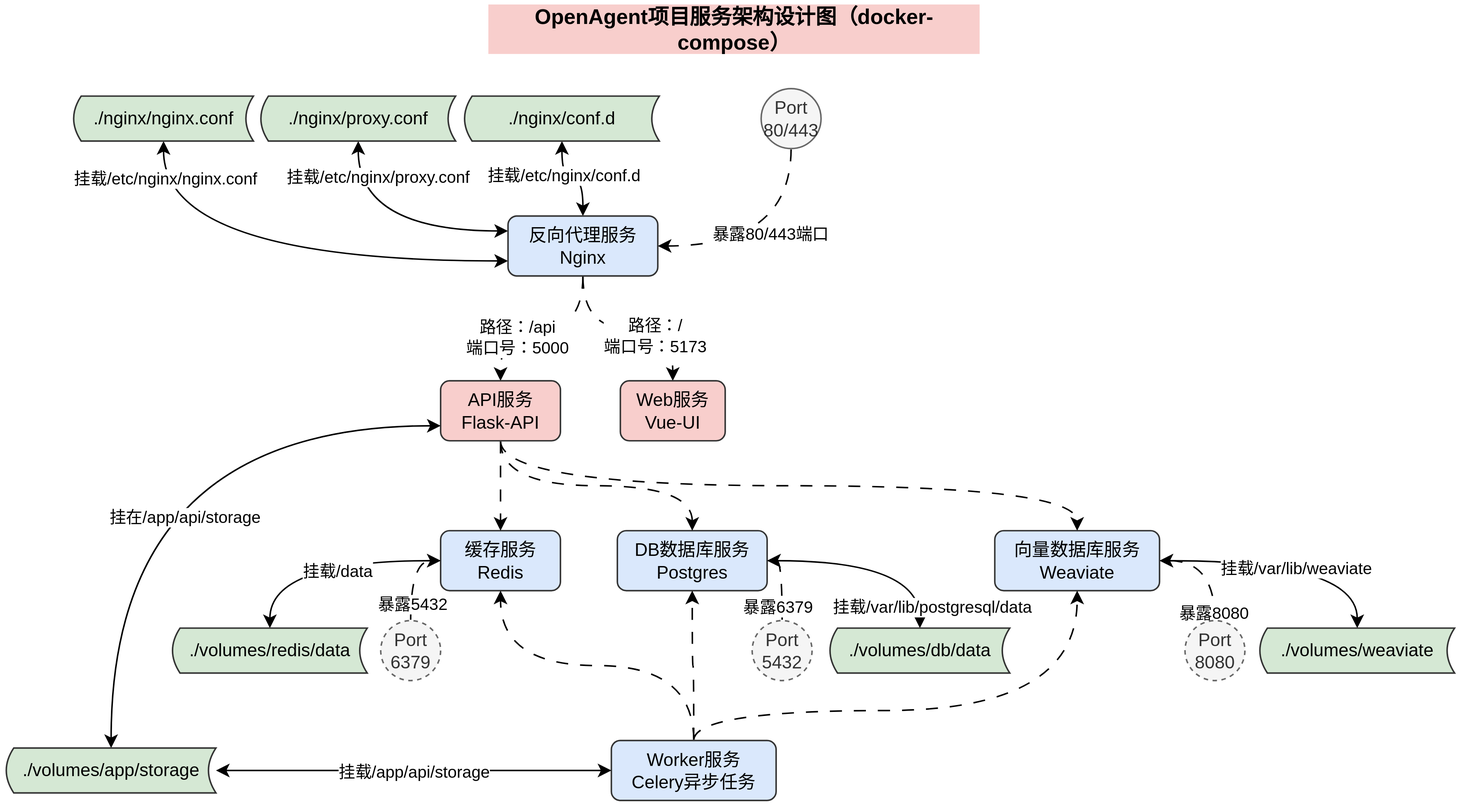
The draw.io diagram docker/docker-compose.svg in NILL-HUB/yuxin-ai, before a commit. Source tidied: cells renumbered, new cells last; positions are measured from the earlier drawing's top-left corner, leaving out a move shared by most shapes. Its diagram source:
```xml
<mxGraphModel>
  <root>
    <mxCell id="0" />
    <mxCell id="1" parent="0" />
    <mxCell id="2" value="OpenAgent项目服务架构设计图（docker-compose）" style="text;html=1;align=center;verticalAlign=middle;whiteSpace=wrap;rounded=0;fontStyle=1;labelBackgroundColor=light-dark(#f8cecc, #ededed);fontSize=14;" parent="1" vertex="1">
      <mxGeometry x="320.5" width="330" height="30" as="geometry" />
    </mxCell>
    <mxCell id="3" value="缓存服务&lt;div&gt;Redis&lt;/div&gt;" style="rounded=1;whiteSpace=wrap;html=1;fillColor=#dae8fc;strokeColor=#333333;" parent="1" vertex="1">
      <mxGeometry x="290" y="350" width="80" height="40" as="geometry" />
    </mxCell>
    <mxCell id="4" value="&lt;div&gt;DB数据库服务&lt;/div&gt;&lt;div&gt;Postgres&lt;/div&gt;" style="rounded=1;whiteSpace=wrap;html=1;fillColor=#dae8fc;strokeColor=#333333;" parent="1" vertex="1">
      <mxGeometry x="408" y="350" width="100" height="40" as="geometry" />
    </mxCell>
    <mxCell id="5" value="向量数据库服务&lt;div&gt;Weaviate&lt;/div&gt;" style="rounded=1;whiteSpace=wrap;html=1;fillColor=#dae8fc;strokeColor=#333333;" parent="1" vertex="1">
      <mxGeometry x="660" y="350" width="110" height="40" as="geometry" />
    </mxCell>
    <mxCell id="6" style="edgeStyle=orthogonalEdgeStyle;rounded=0;jettySize=auto;html=1;exitX=0;exitY=0.75;exitDx=0;exitDy=0;curved=1;flowAnimation=0;startArrow=classic;startFill=1;entryX=0.5;entryY=1;entryDx=0;entryDy=0;" parent="1" edge="1" source="16" target="52">
      <mxGeometry relative="1" as="geometry" />
    </mxCell>
    <mxCell id="7" value="挂载/etc/nginx/nginx.conf" style="edgeLabel;html=1;align=center;verticalAlign=middle;" parent="6" vertex="1">
      <mxGeometry x="0.26" y="-21" relative="1" as="geometry">
        <mxPoint x="-34" y="-35" as="offset" />
      </mxGeometry>
    </mxCell>
    <mxCell id="8" style="edgeStyle=orthogonalEdgeStyle;rounded=0;jettySize=auto;html=1;exitX=0;exitY=0.25;exitDx=0;exitDy=0;entryX=0.5;entryY=1;entryDx=0;entryDy=0;curved=1;startArrow=classic;startFill=1;flowAnimation=0;" parent="1" edge="1" source="16" target="53">
      <mxGeometry relative="1" as="geometry" />
    </mxCell>
    <mxCell id="9" value="挂载/etc/nginx/proxy.conf" style="edgeLabel;html=1;align=center;verticalAlign=middle;" parent="8" vertex="1">
      <mxGeometry x="0.5" y="-12" relative="1" as="geometry">
        <mxPoint y="-17" as="offset" />
      </mxGeometry>
    </mxCell>
    <mxCell id="10" style="edgeStyle=orthogonalEdgeStyle;rounded=0;jettySize=auto;html=1;exitX=0.5;exitY=0;exitDx=0;exitDy=0;curved=1;flowAnimation=0;startArrow=classic;startFill=1;entryX=0.5;entryY=1;entryDx=0;entryDy=0;" parent="1" edge="1" source="16" target="54">
      <mxGeometry relative="1" as="geometry" />
    </mxCell>
    <mxCell id="11" value="挂载/etc/nginx/conf.d" style="edgeLabel;html=1;align=center;verticalAlign=middle;" parent="10" vertex="1">
      <mxGeometry x="0.23" y="1" relative="1" as="geometry">
        <mxPoint x="1" y="-2" as="offset" />
      </mxGeometry>
    </mxCell>
    <mxCell id="12" style="edgeStyle=orthogonalEdgeStyle;rounded=0;jettySize=auto;html=1;exitX=0.5;exitY=1;exitDx=0;exitDy=0;curved=1;flowAnimation=1;" parent="1" edge="1" source="16" target="27">
      <mxGeometry relative="1" as="geometry" />
    </mxCell>
    <mxCell id="13" value="路径：/api&lt;div&gt;端口号：5000&lt;/div&gt;" style="edgeLabel;html=1;align=center;verticalAlign=middle;" parent="12" vertex="1">
      <mxGeometry x="0.11" y="-2" relative="1" as="geometry">
        <mxPoint x="-10" y="7" as="offset" />
      </mxGeometry>
    </mxCell>
    <mxCell id="14" style="edgeStyle=orthogonalEdgeStyle;rounded=0;jettySize=auto;html=1;exitX=0.5;exitY=1;exitDx=0;exitDy=0;curved=1;flowAnimation=1;" parent="1" edge="1" source="16" target="28">
      <mxGeometry relative="1" as="geometry" />
    </mxCell>
    <mxCell id="15" value="路径：/&lt;div&gt;端口号：5173&lt;/div&gt;" style="edgeLabel;html=1;align=center;verticalAlign=middle;" parent="14" vertex="1">
      <mxGeometry x="0.16" y="-4" relative="1" as="geometry">
        <mxPoint x="7" as="offset" />
      </mxGeometry>
    </mxCell>
    <mxCell id="16" value="反向代理服务&lt;div&gt;Nginx&lt;/div&gt;" style="rounded=1;whiteSpace=wrap;html=1;fillColor=#dae8fc;strokeColor=#333333;" parent="1" vertex="1">
      <mxGeometry x="335" y="140" width="100" height="40" as="geometry" />
    </mxCell>
    <mxCell id="17" style="edgeStyle=orthogonalEdgeStyle;rounded=0;jettySize=auto;html=1;exitX=0.5;exitY=1;exitDx=0;exitDy=0;entryX=1;entryY=0.5;entryDx=0;entryDy=0;strokeColor=default;curved=1;flowAnimation=1;" parent="1" edge="1" source="19" target="16">
      <mxGeometry relative="1" as="geometry" />
    </mxCell>
    <mxCell id="18" value="暴露80/443端口" style="edgeLabel;html=1;align=center;verticalAlign=middle;" parent="17" vertex="1">
      <mxGeometry x="0.04" y="-6" relative="1" as="geometry">
        <mxPoint y="-3" as="offset" />
      </mxGeometry>
    </mxCell>
    <mxCell id="19" value="&lt;div&gt;Port&lt;/div&gt;&lt;div&gt;80/443&lt;/div&gt;" style="ellipse;whiteSpace=wrap;html=1;spacing=0;fillColor=#f5f5f5;fontColor=#333333;strokeColor=#666666;" parent="1" vertex="1">
      <mxGeometry x="504" y="55" width="40" height="40" as="geometry" />
    </mxCell>
    <mxCell id="20" style="edgeStyle=orthogonalEdgeStyle;rounded=0;jettySize=auto;html=1;exitX=0.5;exitY=0;exitDx=0;exitDy=0;curved=1;flowAnimation=1;" parent="1" edge="1" source="23" target="3">
      <mxGeometry relative="1" as="geometry" />
    </mxCell>
    <mxCell id="21" style="edgeStyle=orthogonalEdgeStyle;rounded=0;jettySize=auto;html=1;exitX=0.5;exitY=0;exitDx=0;exitDy=0;curved=1;flowAnimation=1;" parent="1" edge="1" source="23" target="4">
      <mxGeometry relative="1" as="geometry" />
    </mxCell>
    <mxCell id="22" style="edgeStyle=orthogonalEdgeStyle;rounded=0;jettySize=auto;html=1;exitX=0.5;exitY=0;exitDx=0;exitDy=0;entryX=0.5;entryY=1;entryDx=0;entryDy=0;curved=1;flowAnimation=1;" parent="1" edge="1" source="23" target="5">
      <mxGeometry relative="1" as="geometry">
        <Array as="points">
          <mxPoint x="459" y="470" />
          <mxPoint x="715" y="470" />
        </Array>
      </mxGeometry>
    </mxCell>
    <mxCell id="23" value="Worker服务&lt;div&gt;Celery异步任务&lt;/div&gt;" style="rounded=1;whiteSpace=wrap;html=1;fillColor=#dae8fc;strokeColor=#333333;" parent="1" vertex="1">
      <mxGeometry x="404" y="490" width="110" height="40" as="geometry" />
    </mxCell>
    <mxCell id="24" style="edgeStyle=orthogonalEdgeStyle;rounded=0;jettySize=auto;html=1;exitX=0.5;exitY=1;exitDx=0;exitDy=0;curved=1;flowAnimation=1;" parent="1" edge="1" source="27" target="3">
      <mxGeometry relative="1" as="geometry" />
    </mxCell>
    <mxCell id="25" style="edgeStyle=orthogonalEdgeStyle;rounded=0;jettySize=auto;html=1;exitX=0.5;exitY=1;exitDx=0;exitDy=0;curved=1;flowAnimation=1;" parent="1" edge="1" source="27" target="4">
      <mxGeometry relative="1" as="geometry" />
    </mxCell>
    <mxCell id="26" style="edgeStyle=orthogonalEdgeStyle;rounded=0;jettySize=auto;html=1;exitX=0.5;exitY=1;exitDx=0;exitDy=0;curved=1;flowAnimation=1;" parent="1" edge="1" source="27" target="5">
      <mxGeometry relative="1" as="geometry" />
    </mxCell>
    <mxCell id="27" value="API服务&lt;div&gt;Flask-API&lt;/div&gt;" style="rounded=1;whiteSpace=wrap;html=1;fillColor=#f8cecc;strokeColor=#333333;" parent="1" vertex="1">
      <mxGeometry x="290" y="250" width="80" height="40" as="geometry" />
    </mxCell>
    <mxCell id="28" value="Web服务&lt;div&gt;Vue-UI&lt;/div&gt;" style="rounded=1;whiteSpace=wrap;html=1;fillColor=#f8cecc;strokeColor=#333333;" parent="1" vertex="1">
      <mxGeometry x="410" y="250" width="70" height="40" as="geometry" />
    </mxCell>
    <mxCell id="29" style="edgeStyle=orthogonalEdgeStyle;rounded=0;jettySize=auto;html=1;exitX=0.5;exitY=0;exitDx=0;exitDy=0;entryX=0;entryY=0.5;entryDx=0;entryDy=0;curved=1;flowAnimation=1;" parent="1" edge="1" source="31" target="3">
      <mxGeometry relative="1" as="geometry" />
    </mxCell>
    <mxCell id="30" value="暴露5432" style="edgeLabel;html=1;align=center;verticalAlign=middle;" parent="29" vertex="1">
      <mxGeometry x="0.01" relative="1" as="geometry">
        <mxPoint y="18" as="offset" />
      </mxGeometry>
    </mxCell>
    <mxCell id="31" value="&lt;div&gt;Port&lt;/div&gt;&lt;div&gt;6379&lt;/div&gt;" style="ellipse;whiteSpace=wrap;html=1;spacing=0;dashed=1;fillColor=#f5f5f5;fontColor=#333333;strokeColor=#666666;" parent="1" vertex="1">
      <mxGeometry x="250" y="410" width="40" height="40" as="geometry" />
    </mxCell>
    <mxCell id="32" style="edgeStyle=orthogonalEdgeStyle;rounded=0;jettySize=auto;html=1;exitX=0.5;exitY=0;exitDx=0;exitDy=0;entryX=1;entryY=0.5;entryDx=0;entryDy=0;curved=1;flowAnimation=1;" parent="1" edge="1" source="34" target="4">
      <mxGeometry relative="1" as="geometry">
        <Array as="points">
          <mxPoint x="518" y="370" />
        </Array>
      </mxGeometry>
    </mxCell>
    <mxCell id="33" value="暴露6379" style="edgeLabel;html=1;align=center;verticalAlign=middle;" parent="32" vertex="1">
      <mxGeometry x="-0.26" y="4" relative="1" as="geometry">
        <mxPoint y="8" as="offset" />
      </mxGeometry>
    </mxCell>
    <mxCell id="34" value="&lt;div&gt;Port&lt;/div&gt;&lt;div&gt;5432&lt;/div&gt;" style="ellipse;whiteSpace=wrap;html=1;spacing=0;dashed=1;fillColor=#f5f5f5;fontColor=#333333;strokeColor=#666666;" parent="1" vertex="1">
      <mxGeometry x="498" y="410" width="40" height="40" as="geometry" />
    </mxCell>
    <mxCell id="35" style="edgeStyle=orthogonalEdgeStyle;rounded=0;jettySize=auto;html=1;exitX=0.5;exitY=0;exitDx=0;exitDy=0;entryX=1;entryY=0.5;entryDx=0;entryDy=0;curved=1;flowAnimation=1;" parent="1" edge="1" source="37" target="5">
      <mxGeometry relative="1" as="geometry" />
    </mxCell>
    <mxCell id="36" value="暴露8080" style="edgeLabel;html=1;align=center;verticalAlign=middle;" parent="35" vertex="1">
      <mxGeometry x="-0.32" y="13" relative="1" as="geometry">
        <mxPoint x="11" y="20" as="offset" />
      </mxGeometry>
    </mxCell>
    <mxCell id="37" value="&lt;div&gt;Port&lt;/div&gt;&lt;div&gt;8080&lt;/div&gt;" style="ellipse;whiteSpace=wrap;html=1;spacing=0;dashed=1;fillColor=#f5f5f5;fontColor=#333333;strokeColor=#666666;" parent="1" vertex="1">
      <mxGeometry x="787" y="410" width="40" height="40" as="geometry" />
    </mxCell>
    <mxCell id="38" style="edgeStyle=orthogonalEdgeStyle;rounded=0;jettySize=auto;html=1;exitX=0.5;exitY=0;exitDx=0;exitDy=0;entryX=0;entryY=0.5;entryDx=0;entryDy=0;curved=1;startArrow=classic;startFill=1;" parent="1" edge="1" source="40" target="3">
      <mxGeometry relative="1" as="geometry" />
    </mxCell>
    <mxCell id="39" value="挂载/data" style="edgeLabel;html=1;align=center;verticalAlign=middle;" parent="38" vertex="1">
      <mxGeometry x="0.12" y="-6" relative="1" as="geometry" />
    </mxCell>
    <mxCell id="40" value="./volumes/redis/data" style="shape=dataStorage;whiteSpace=wrap;html=1;fixedSize=1;size=5;fillColor=#d5e8d4;strokeColor=#333333;" parent="1" vertex="1">
      <mxGeometry x="111" y="415" width="130" height="30" as="geometry" />
    </mxCell>
    <mxCell id="41" style="edgeStyle=orthogonalEdgeStyle;rounded=0;jettySize=auto;html=1;exitX=1;exitY=0.5;exitDx=0;exitDy=0;flowAnimation=0;curved=1;startArrow=classic;startFill=1;" parent="1" edge="1" source="45" target="23">
      <mxGeometry relative="1" as="geometry" />
    </mxCell>
    <mxCell id="42" value="挂载/app/api/storage" style="edgeLabel;html=1;align=center;verticalAlign=middle;" parent="41" vertex="1">
      <mxGeometry x="-0.01" y="-2" relative="1" as="geometry">
        <mxPoint y="-2" as="offset" />
      </mxGeometry>
    </mxCell>
    <mxCell id="43" style="edgeStyle=orthogonalEdgeStyle;rounded=0;jettySize=auto;html=1;exitX=0.5;exitY=0;exitDx=0;exitDy=0;entryX=0;entryY=0.75;entryDx=0;entryDy=0;curved=1;startArrow=classic;startFill=1;" parent="1" edge="1" source="45" target="27">
      <mxGeometry relative="1" as="geometry" />
    </mxCell>
    <mxCell id="44" value="挂在/app/api/storage" style="edgeLabel;html=1;align=center;verticalAlign=middle;" parent="43" vertex="1">
      <mxGeometry x="-0.29" y="-50" relative="1" as="geometry">
        <mxPoint x="-2" as="offset" />
      </mxGeometry>
    </mxCell>
    <mxCell id="45" value="./volumes/app/storage" style="shape=dataStorage;whiteSpace=wrap;html=1;fixedSize=1;size=5;fillColor=#d5e8d4;strokeColor=#333333;" parent="1" vertex="1">
      <mxGeometry y="495" width="140" height="30" as="geometry" />
    </mxCell>
    <mxCell id="46" style="edgeStyle=orthogonalEdgeStyle;rounded=0;jettySize=auto;html=1;exitX=0.5;exitY=0;exitDx=0;exitDy=0;entryX=1;entryY=0.5;entryDx=0;entryDy=0;curved=1;startArrow=classic;startFill=1;" parent="1" edge="1" source="48" target="4">
      <mxGeometry relative="1" as="geometry" />
    </mxCell>
    <mxCell id="47" value="挂载/var/lib/postgresql/data" style="edgeLabel;html=1;align=center;verticalAlign=middle;" parent="46" vertex="1">
      <mxGeometry x="0.32" y="3" relative="1" as="geometry">
        <mxPoint x="59" y="27" as="offset" />
      </mxGeometry>
    </mxCell>
    <mxCell id="48" value="./volumes/db/data" style="shape=dataStorage;whiteSpace=wrap;html=1;fixedSize=1;size=5;fillColor=#d5e8d4;strokeColor=#333333;" parent="1" vertex="1">
      <mxGeometry x="550" y="415" width="120" height="30" as="geometry" />
    </mxCell>
    <mxCell id="49" style="edgeStyle=orthogonalEdgeStyle;rounded=0;jettySize=auto;html=1;exitX=0.5;exitY=0;exitDx=0;exitDy=0;entryX=1;entryY=0.5;entryDx=0;entryDy=0;curved=1;startArrow=classic;startFill=1;" parent="1" edge="1" source="51" target="5">
      <mxGeometry relative="1" as="geometry" />
    </mxCell>
    <mxCell id="50" value="挂载/var/lib/weaviate" style="edgeLabel;html=1;align=center;verticalAlign=middle;" parent="49" vertex="1">
      <mxGeometry x="0.15" relative="1" as="geometry">
        <mxPoint x="15" y="4" as="offset" />
      </mxGeometry>
    </mxCell>
    <mxCell id="51" value="./volumes/weaviate" style="shape=dataStorage;whiteSpace=wrap;html=1;fixedSize=1;size=5;fillColor=#d5e8d4;strokeColor=#333333;" parent="1" vertex="1">
      <mxGeometry x="837" y="415" width="130" height="30" as="geometry" />
    </mxCell>
    <mxCell id="52" value="./nginx/nginx.conf" style="shape=dataStorage;whiteSpace=wrap;html=1;fixedSize=1;size=5;fillColor=#d5e8d4;strokeColor=#333333;" parent="1" vertex="1">
      <mxGeometry x="45" y="60" width="120" height="30" as="geometry" />
    </mxCell>
    <mxCell id="53" value="./nginx/proxy.conf" style="shape=dataStorage;whiteSpace=wrap;html=1;fixedSize=1;size=5;fillColor=#d5e8d4;strokeColor=#333333;" parent="1" vertex="1">
      <mxGeometry x="170" y="60" width="130" height="30" as="geometry" />
    </mxCell>
    <mxCell id="54" value="./nginx/conf.d" style="shape=dataStorage;whiteSpace=wrap;html=1;fixedSize=1;size=5;fillColor=#d5e8d4;strokeColor=#333333;" parent="1" vertex="1">
      <mxGeometry x="306" y="60" width="130" height="30" as="geometry" />
    </mxCell>
  </root>
</mxGraphModel>
```
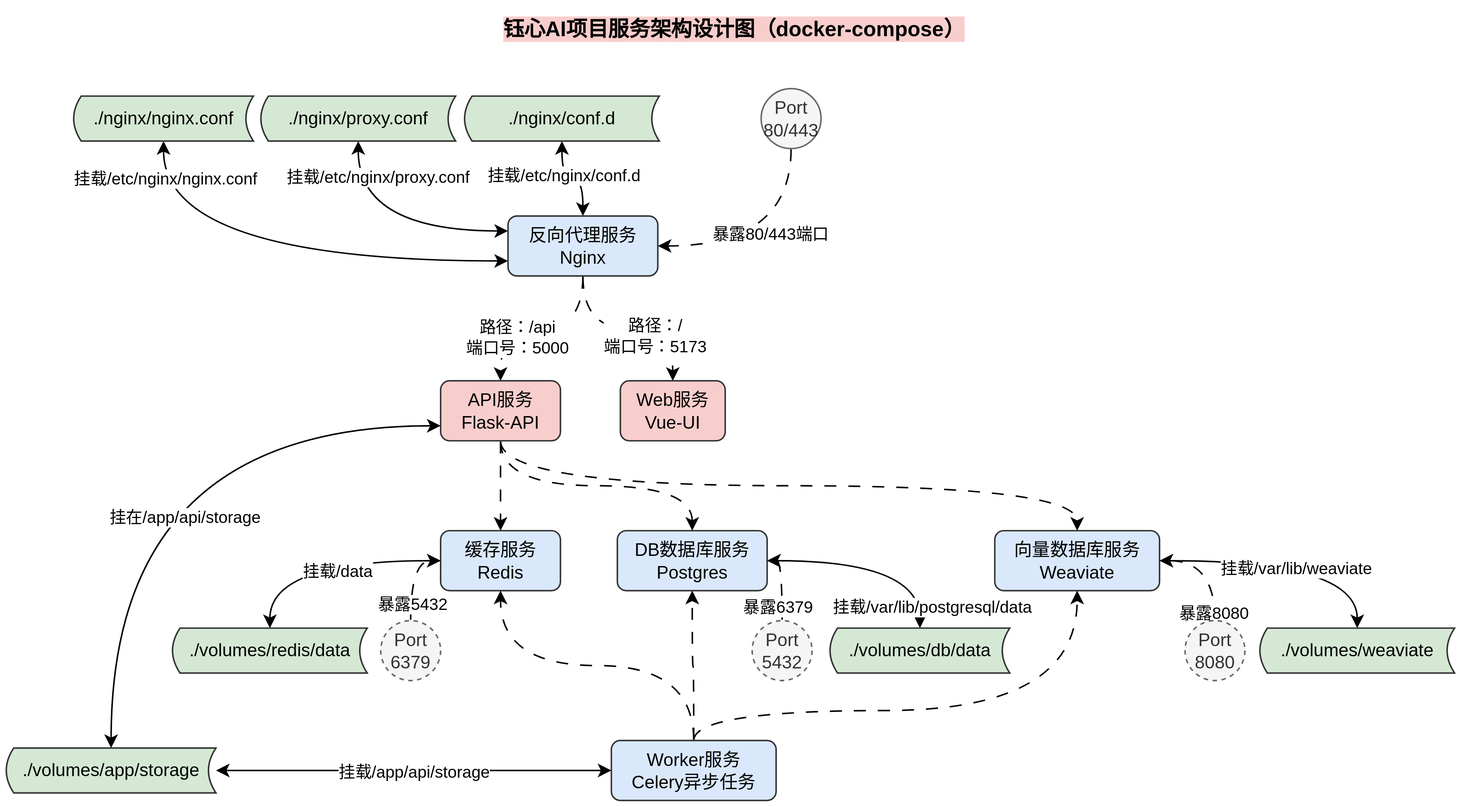
Later version of the same file.

What changed in the source:
```diff
@@ -2,7 +2,7 @@
   <root>
     <mxCell id="0" />
     <mxCell id="1" parent="0" />
-    <mxCell id="2" value="OpenAgent项目服务架构设计图（docker-compose）" style="text;html=1;align=center;verticalAlign=middle;whiteSpace=wrap;rounded=0;fontStyle=1;labelBackgroundColor=light-dark(#f8cecc, #ededed);fontSize=14;" parent="1" vertex="1">
+    <mxCell id="2" value="钰心AI项目服务架构设计图（docker-compose）" style="text;html=1;align=center;verticalAlign=middle;whiteSpace=wrap;rounded=0;fontStyle=1;labelBackgroundColor=light-dark(#f8cecc, #ededed);fontSize=14;" parent="1" vertex="1">
       <mxGeometry x="320.5" width="330" height="30" as="geometry" />
     </mxCell>
     <mxCell id="3" value="缓存服务&lt;div&gt;Redis&lt;/div&gt;" style="rounded=1;whiteSpace=wrap;html=1;fillColor=#dae8fc;strokeColor=#333333;" parent="1" vertex="1">
```
